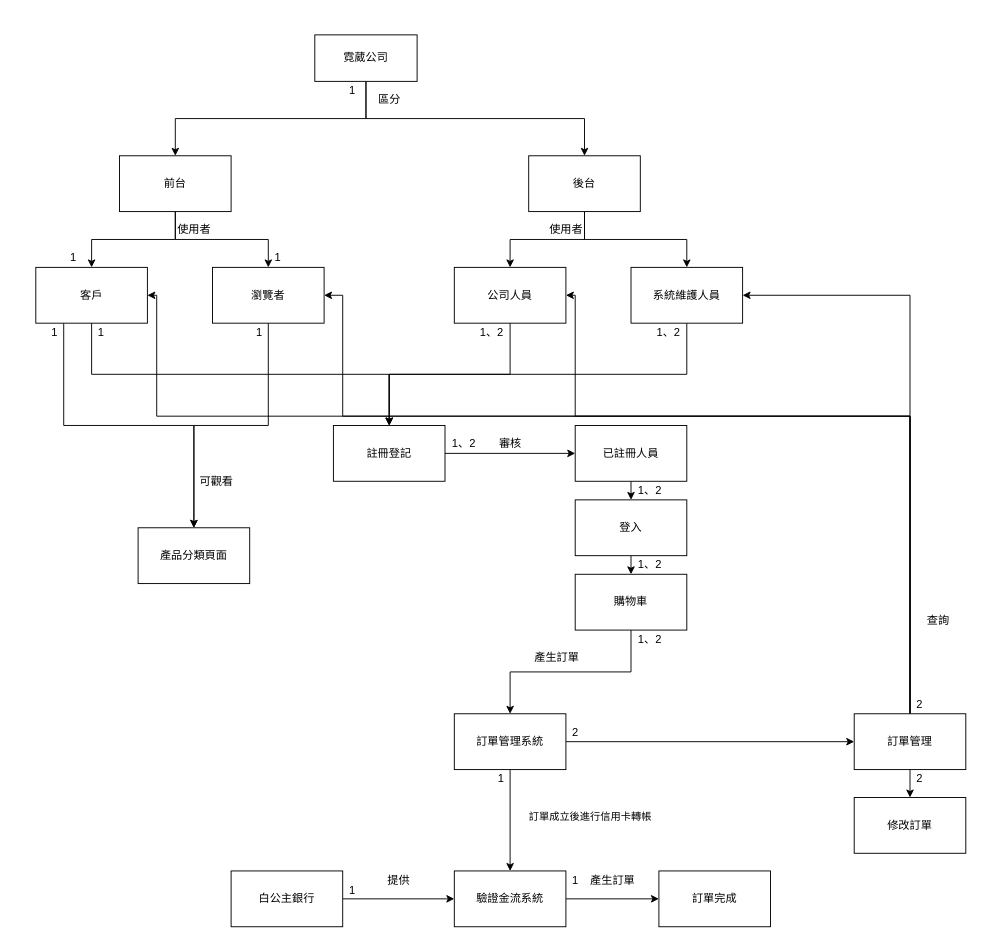
Before: page "(b) 小題" (1 of 3) of sample1.drawio in Liyen0502/110-2Mid, a draw.io diagram. Source tidied: cells renumbered, new cells numbered last; positions are measured from the earlier drawing's top-left corner, leaving out a move shared by most shapes. Both pictures are drawn from the tidied source at 93%, with x=0, y=0 at pixel (35, 34).
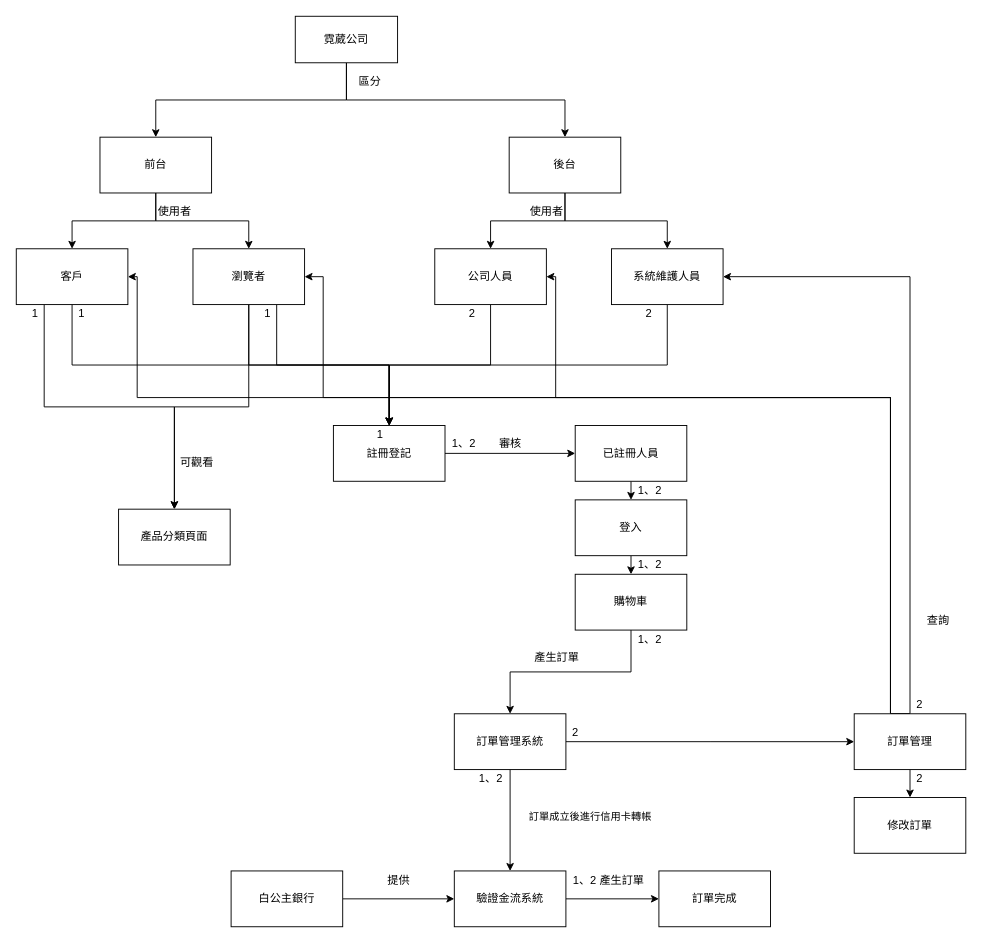
Above is the later version.

Unchanged cells that the change refers to:
```xml
<mxCell id="12" value="註冊登記" style="rounded=0;whiteSpace=wrap;html=1;" parent="1" vertex="1">
  <mxGeometry x="320" y="420" width="120" height="60" as="geometry" />
</mxCell>
<mxCell id="51" value="訂單管理" style="rounded=0;whiteSpace=wrap;html=1;" parent="1" vertex="1">
  <mxGeometry x="880" y="730" width="120" height="60" as="geometry" />
</mxCell>
```

The edit, as a diff of the source:
```diff
@@
     <mxCell id="4" value="霓葳公司" style="rounded=0;whiteSpace=wrap;html=1;" parent="1" vertex="1">
-      <mxGeometry x="300" width="110" height="50" as="geometry" />
+      <mxGeometry x="279" y="-20" width="110" height="50" as="geometry" />
     </mxCell>
@@
     <mxCell id="7" value="前台" style="rounded=0;whiteSpace=wrap;html=1;" parent="1" vertex="1">
-      <mxGeometry x="90" y="130" width="120" height="60" as="geometry" />
+      <mxGeometry x="69" y="110" width="120" height="60" as="geometry" />
     </mxCell>
@@
     <mxCell id="10" value="後台" style="rounded=0;whiteSpace=wrap;html=1;" parent="1" vertex="1">
-      <mxGeometry x="530" y="130" width="120" height="60" as="geometry" />
+      <mxGeometry x="509" y="110" width="120" height="60" as="geometry" />
     </mxCell>
@@
     <mxCell id="15" value="產品分類頁面" style="rounded=0;whiteSpace=wrap;html=1;" parent="1" vertex="1">
-      <mxGeometry x="110" y="530" width="120" height="60" as="geometry" />
+      <mxGeometry x="89" y="510" width="120" height="60" as="geometry" />
     </mxCell>
@@
     <mxCell id="29" value="客戶" style="rounded=0;whiteSpace=wrap;html=1;" parent="1" vertex="1">
-      <mxGeometry y="250" width="120" height="60" as="geometry" />
+      <mxGeometry x="-21" y="230" width="120" height="60" as="geometry" />
     </mxCell>
@@
+    <mxCell id="72" style="edgeStyle=orthogonalEdgeStyle;rounded=0;jettySize=auto;html=1;exitX=0.5;exitY=1;exitDx=0;exitDy=0;entryX=0.5;entryY=0;entryDx=0;entryDy=0;" parent="1" edge="1" source="31" target="12">
+      <mxGeometry relative="1" as="geometry" />
+    </mxCell>
+    <mxCell id="73" style="edgeStyle=orthogonalEdgeStyle;rounded=0;jettySize=auto;html=1;exitX=0.75;exitY=1;exitDx=0;exitDy=0;entryX=0.5;entryY=0;entryDx=0;entryDy=0;" parent="1" edge="1" source="31" target="12">
+      <mxGeometry relative="1" as="geometry" />
+    </mxCell>
     <mxCell id="31" value="瀏覽者" style="rounded=0;whiteSpace=wrap;html=1;" parent="1" vertex="1">
-      <mxGeometry x="190" y="250" width="120" height="60" as="geometry" />
+      <mxGeometry x="169" y="230" width="120" height="60" as="geometry" />
     </mxCell>
@@
     <mxCell id="33" value="公司人員" style="rounded=0;whiteSpace=wrap;html=1;" parent="1" vertex="1">
-      <mxGeometry x="450" y="250" width="120" height="60" as="geometry" />
+      <mxGeometry x="429" y="230" width="120" height="60" as="geometry" />
     </mxCell>
@@
     <mxCell id="35" value="系統維護人員" style="rounded=0;whiteSpace=wrap;html=1;" parent="1" vertex="1">
-      <mxGeometry x="640" y="250" width="120" height="60" as="geometry" />
+      <mxGeometry x="619" y="230" width="120" height="60" as="geometry" />
     </mxCell>
     <mxCell id="36" value="區分" style="text;html=1;align=center;verticalAlign=middle;strokeColor=none;fillColor=none;" parent="1" vertex="1">
-      <mxGeometry x="360" y="60" width="40" height="20" as="geometry" />
+      <mxGeometry x="339" y="40" width="40" height="20" as="geometry" />
     </mxCell>
     <mxCell id="37" value="使用者" style="text;html=1;align=center;verticalAlign=middle;strokeColor=none;fillColor=none;" parent="1" vertex="1">
-      <mxGeometry x="145" y="200" width="50" height="20" as="geometry" />
+      <mxGeometry x="124" y="180" width="50" height="20" as="geometry" />
     </mxCell>
     <mxCell id="38" value="使用者" style="text;html=1;align=center;verticalAlign=middle;strokeColor=none;fillColor=none;" parent="1" vertex="1">
-      <mxGeometry x="545" y="200" width="50" height="20" as="geometry" />
+      <mxGeometry x="524" y="180" width="50" height="20" as="geometry" />
     </mxCell>
     <mxCell id="39" value="可觀看" style="text;html=1;align=center;verticalAlign=middle;strokeColor=none;fillColor=none;" parent="1" vertex="1">
-      <mxGeometry x="169" y="470" width="50" height="20" as="geometry" />
+      <mxGeometry x="148" y="450" width="50" height="20" as="geometry" />
     </mxCell>
@@
     <mxCell id="45" value="產生訂單" style="text;html=1;align=center;verticalAlign=middle;strokeColor=none;fillColor=none;" parent="1" vertex="1">
-      <mxGeometry x="590" y="900" width="60" height="20" as="geometry" />
+      <mxGeometry x="600" y="900" width="60" height="20" as="geometry" />
     </mxCell>
@@
     <mxCell id="47" style="edgeStyle=orthogonalEdgeStyle;rounded=0;jettySize=auto;html=1;exitX=0.5;exitY=0;exitDx=0;exitDy=0;entryX=1;entryY=0.5;entryDx=0;entryDy=0;" parent="1" edge="1" source="51" target="33">
       <mxGeometry relative="1" as="geometry">
         <Array as="points">
-          <mxPoint x="940" y="410" />
-          <mxPoint x="580" y="410" />
-          <mxPoint x="580" y="280" />
+          <mxPoint x="919" y="390" />
+          <mxPoint x="559" y="390" />
+          <mxPoint x="559" y="260" />
         </Array>
       </mxGeometry>
     </mxCell>
@@
     <mxCell id="49" style="edgeStyle=orthogonalEdgeStyle;rounded=0;jettySize=auto;html=1;exitX=0.5;exitY=0;exitDx=0;exitDy=0;entryX=1;entryY=0.5;entryDx=0;entryDy=0;" parent="1" edge="1" source="51" target="31">
       <mxGeometry relative="1" as="geometry">
         <Array as="points">
-          <mxPoint x="940" y="410" />
-          <mxPoint x="330" y="410" />
-          <mxPoint x="330" y="280" />
+          <mxPoint x="919" y="390" />
+          <mxPoint x="309" y="390" />
+          <mxPoint x="309" y="260" />
         </Array>
       </mxGeometry>
     </mxCell>
     <mxCell id="50" style="edgeStyle=orthogonalEdgeStyle;rounded=0;jettySize=auto;html=1;exitX=0.5;exitY=0;exitDx=0;exitDy=0;entryX=1;entryY=0.5;entryDx=0;entryDy=0;" parent="1" edge="1" source="51" target="29">
       <mxGeometry relative="1" as="geometry">
         <Array as="points">
-          <mxPoint x="940" y="410" />
-          <mxPoint x="130" y="410" />
-          <mxPoint x="130" y="280" />
+          <mxPoint x="919" y="390" />
+          <mxPoint x="109" y="390" />
+          <mxPoint x="109" y="260" />
         </Array>
       </mxGeometry>
     </mxCell>
@@
-    <mxCell id="54" value="1" style="text;html=1;align=center;verticalAlign=middle;strokeColor=none;fillColor=none;" parent="1" vertex="1">
-      <mxGeometry x="330" y="50" width="20" height="20" as="geometry" />
-    </mxCell>
-    <mxCell id="55" value="1" style="text;html=1;align=center;verticalAlign=middle;strokeColor=none;fillColor=none;" parent="1" vertex="1">
-      <mxGeometry x="30" y="230" width="20" height="20" as="geometry" />
-    </mxCell>
-    <mxCell id="56" value="1" style="text;html=1;align=center;verticalAlign=middle;strokeColor=none;fillColor=none;" parent="1" vertex="1">
-      <mxGeometry x="250" y="230" width="20" height="20" as="geometry" />
-    </mxCell>
     <mxCell id="57" value="1" style="text;html=1;align=center;verticalAlign=middle;strokeColor=none;fillColor=none;" parent="1" vertex="1">
-      <mxGeometry x="60" y="310" width="20" height="20" as="geometry" />
+      <mxGeometry x="39" y="290" width="20" height="20" as="geometry" />
     </mxCell>
-    <mxCell id="58" value="1、2" style="text;html=1;align=center;verticalAlign=middle;strokeColor=none;fillColor=none;" parent="1" vertex="1">
-      <mxGeometry x="470" y="310" width="40" height="20" as="geometry" />
+    <mxCell id="58" value="2" style="text;html=1;align=center;verticalAlign=middle;strokeColor=none;fillColor=none;" parent="1" vertex="1">
+      <mxGeometry x="459" y="290" width="20" height="20" as="geometry" />
     </mxCell>
-    <mxCell id="59" value="1、2" style="text;html=1;align=center;verticalAlign=middle;strokeColor=none;fillColor=none;" parent="1" vertex="1">
-      <mxGeometry x="660" y="310" width="40" height="20" as="geometry" />
+    <mxCell id="59" value="2" style="text;html=1;align=center;verticalAlign=middle;strokeColor=none;fillColor=none;" parent="1" vertex="1">
+      <mxGeometry x="649" y="290" width="20" height="20" as="geometry" />
     </mxCell>
@@
-    <mxCell id="64" value="1" style="text;html=1;align=center;verticalAlign=middle;strokeColor=none;fillColor=none;" parent="1" vertex="1">
-      <mxGeometry x="490" y="790" width="20" height="20" as="geometry" />
+    <mxCell id="64" value="1、2" style="text;html=1;align=center;verticalAlign=middle;strokeColor=none;fillColor=none;" parent="1" vertex="1">
+      <mxGeometry x="469" y="790" width="40" height="20" as="geometry" />
     </mxCell>
-    <mxCell id="65" value="1" style="text;html=1;align=center;verticalAlign=middle;strokeColor=none;fillColor=none;" parent="1" vertex="1">
-      <mxGeometry x="330" y="910" width="20" height="20" as="geometry" />
-    </mxCell>
-    <mxCell id="66" value="1" style="text;html=1;align=center;verticalAlign=middle;strokeColor=none;fillColor=none;" parent="1" vertex="1">
-      <mxGeometry x="570" y="900" width="20" height="20" as="geometry" />
+    <mxCell id="66" value="1、2" style="text;html=1;align=center;verticalAlign=middle;strokeColor=none;fillColor=none;" parent="1" vertex="1">
+      <mxGeometry x="570" y="900" width="40" height="20" as="geometry" />
     </mxCell>
@@
     <mxCell id="70" value="1" style="text;html=1;align=center;verticalAlign=middle;strokeColor=none;fillColor=none;" parent="1" vertex="1">
-      <mxGeometry x="10" y="310" width="20" height="20" as="geometry" />
+      <mxGeometry x="-11" y="290" width="20" height="20" as="geometry" />
     </mxCell>
     <mxCell id="71" value="1" style="text;html=1;align=center;verticalAlign=middle;strokeColor=none;fillColor=none;" parent="1" vertex="1">
-      <mxGeometry x="230" y="310" width="20" height="20" as="geometry" />
+      <mxGeometry x="360" y="420" width="20" height="20" as="geometry" />
     </mxCell>
+    <mxCell id="74" value="1" style="text;html=1;align=center;verticalAlign=middle;strokeColor=none;fillColor=none;" parent="1" vertex="1">
+      <mxGeometry x="239" y="290" width="20" height="20" as="geometry" />
+    </mxCell>
```
